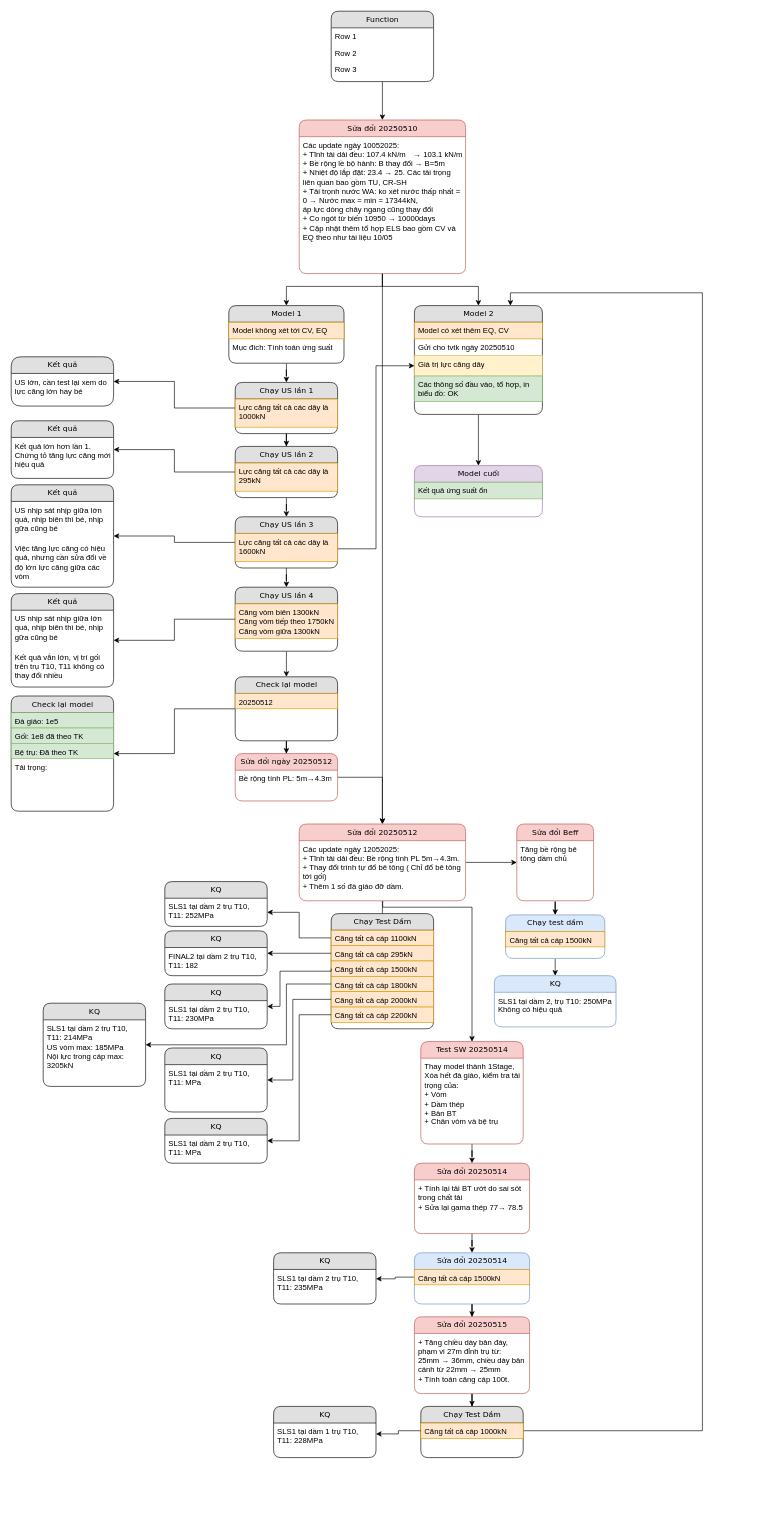
Earlier version of the draw.io diagram An Dong Br/Process.drawio (nnh92/Home-Works). Source tidied: cells renumbered, new cells numbered last; positions are measured from the earlier drawing's top-left corner, leaving out a move shared by most shapes. Both pictures are drawn from the tidied source at 64%, with x=0, y=0 at pixel (11, 11).
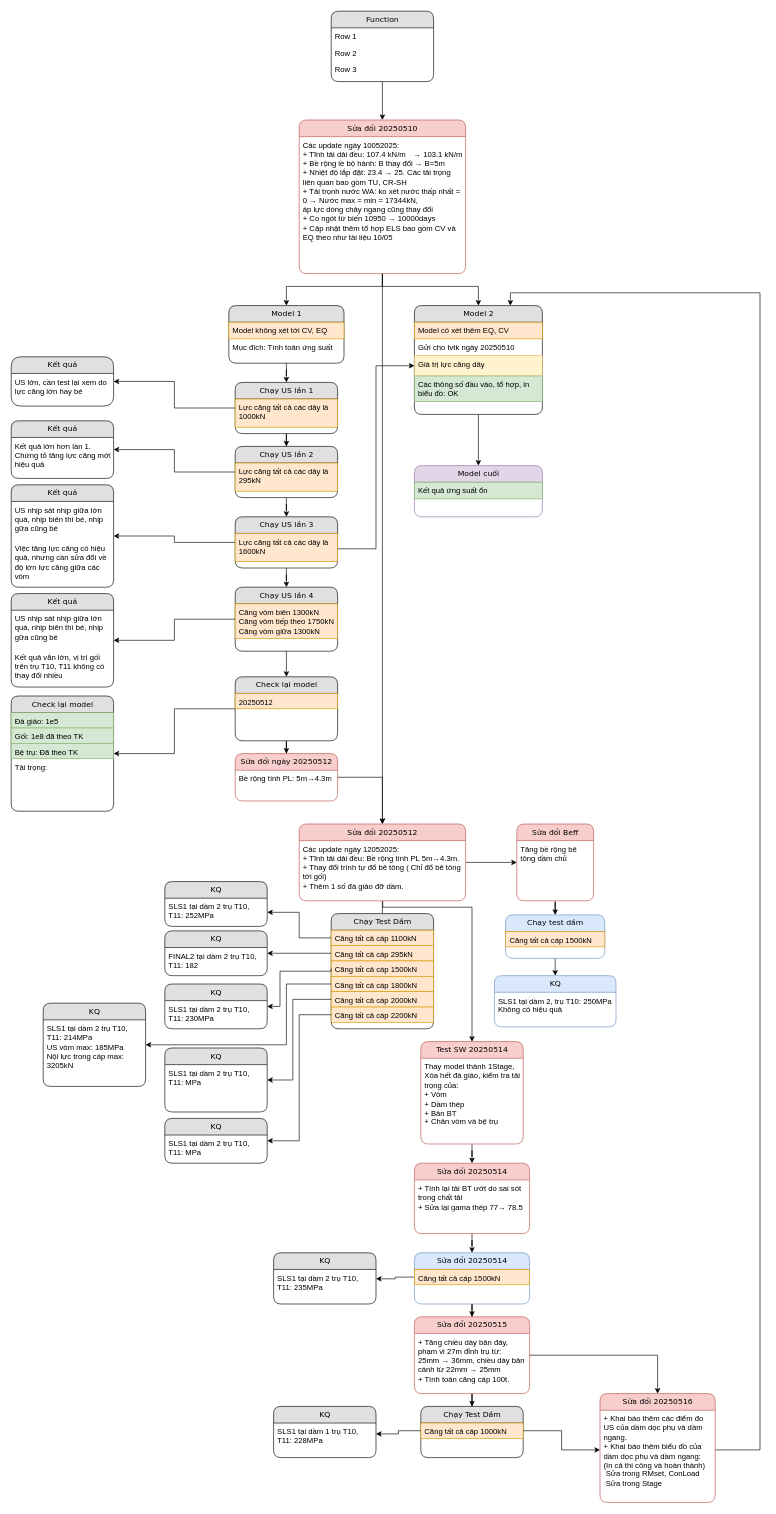
The same diagram, later.

Unchanged cells that the change refers to:
```xml
<mxCell id="34" value="Model 2" style="swimlane;html=1;fontStyle=0;horizontal=1;startSize=26;fillColor=#e0e0e0;swimlaneFillColor=#ffffff;align=center;rounded=1;shadow=0;comic=0;labelBackgroundColor=none;strokeWidth=1;fontFamily=Verdana;fontSize=12;" parent="1" vertex="1">
  <mxGeometry x="630" y="460" width="200" height="170" as="geometry" />
</mxCell>
<mxCell id="115" value="Sửa đổi 20250515" style="swimlane;html=1;fontStyle=0;horizontal=1;startSize=26;fillColor=#f8cecc;swimlaneFillColor=#ffffff;align=center;rounded=1;shadow=0;comic=0;labelBackgroundColor=none;strokeWidth=1;fontFamily=Verdana;fontSize=12;strokeColor=#b85450;" parent="1" vertex="1">
  <mxGeometry x="630" y="2040" width="180" height="120" as="geometry" />
</mxCell>
<mxCell id="118" value="Căng tất cả cáp 1000kN" style="text;html=1;strokeColor=#d79b00;fillColor=#ffe6cc;spacingLeft=4;spacingRight=4;whiteSpace=wrap;overflow=hidden;points=[[0,0.5],[1,0.5]];portConstraint=eastwest;" parent="117" vertex="1">
  <mxGeometry y="26" width="160" height="24" as="geometry" />
</mxCell>
```

What changed in the source:
```diff
@@
-    <mxCell id="68" style="edgeStyle=orthogonalEdgeStyle;rounded=0;jettySize=auto;html=1;entryX=0.75;entryY=0;entryDx=0;entryDy=0;exitX=1;exitY=0.5;exitDx=0;exitDy=0;" parent="1" edge="1" source="118" target="34">
+    <mxCell id="68" style="edgeStyle=orthogonalEdgeStyle;rounded=0;jettySize=auto;html=1;entryX=0.75;entryY=0;entryDx=0;entryDy=0;exitX=1;exitY=0.5;exitDx=0;exitDy=0;" parent="1" edge="1" source="124" target="34">
       <mxGeometry relative="1" as="geometry">
         <Array as="points">
-          <mxPoint x="1080" y="2218" />
-          <mxPoint x="1080" y="440" />
+          <mxPoint x="1170" y="2248" />
+          <mxPoint x="1170" y="440" />
           <mxPoint x="780" y="440" />
         </Array>
       </mxGeometry>
     </mxCell>
@@
+    <mxCell id="122" style="edgeStyle=orthogonalEdgeStyle;rounded=0;jettySize=auto;html=1;entryX=0.5;entryY=0;entryDx=0;entryDy=0;" parent="1" edge="1" source="115" target="123">
+      <mxGeometry relative="1" as="geometry" />
+    </mxCell>
@@
+    <mxCell id="123" value="Sửa đổi 20250516" style="swimlane;html=1;fontStyle=0;horizontal=1;startSize=26;fillColor=#f8cecc;swimlaneFillColor=#ffffff;align=center;rounded=1;shadow=0;comic=0;labelBackgroundColor=none;strokeWidth=1;fontFamily=Verdana;fontSize=12;strokeColor=#b85450;" parent="1" vertex="1">
+      <mxGeometry x="920" y="2160" width="180" height="170" as="geometry" />
+    </mxCell>
+    <mxCell id="124" value="+ Khai báo thêm các điểm đo US của dầm dọc phụ và dầm ngang.&lt;br&gt;+ Khai báo thêm biểu đồ của dầm dọc phụ và dầm ngang:&lt;div&gt;(In cả thi công và hoàn thành)&lt;br&gt;&lt;div&gt;&amp;nbsp;Sửa trong RMset, ConLoad&lt;/div&gt;&lt;div&gt;&amp;nbsp;Sửa trong Stage&lt;/div&gt;&lt;div&gt;&amp;nbsp;&lt;/div&gt;&lt;/div&gt;" style="text;html=1;strokeColor=none;fillColor=none;spacingLeft=4;spacingRight=4;whiteSpace=wrap;overflow=hidden;points=[[0,0.5],[1,0.5]];portConstraint=eastwest;" parent="123" vertex="1">
+      <mxGeometry y="26" width="180" height="124" as="geometry" />
+    </mxCell>
+    <mxCell id="125" style="edgeStyle=orthogonalEdgeStyle;rounded=0;jettySize=auto;html=1;exitX=1;exitY=0.5;exitDx=0;exitDy=0;entryX=0;entryY=0.5;entryDx=0;entryDy=0;" parent="1" edge="1" source="118" target="124">
+      <mxGeometry relative="1" as="geometry" />
+    </mxCell>
```
